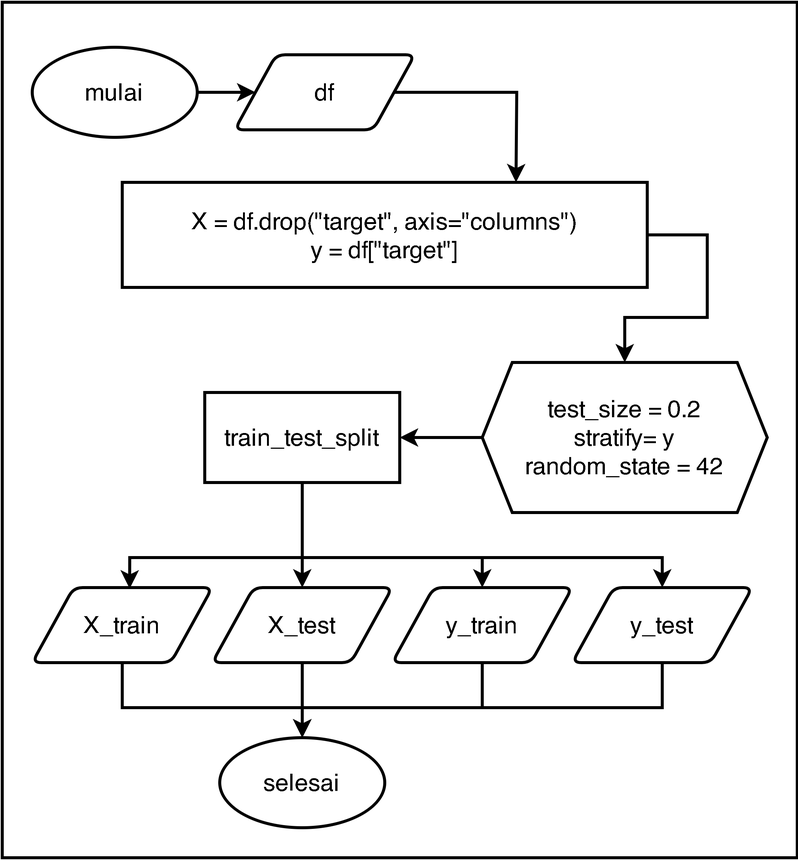
Before: Images/flowchart_datasets_splitting.png, a diagram exported from draw.io (rshby/skripsi). Source tidied: cells renumbered, new cells last; positions are measured from the earlier drawing's top-left corner, leaving out a move shared by most shapes.
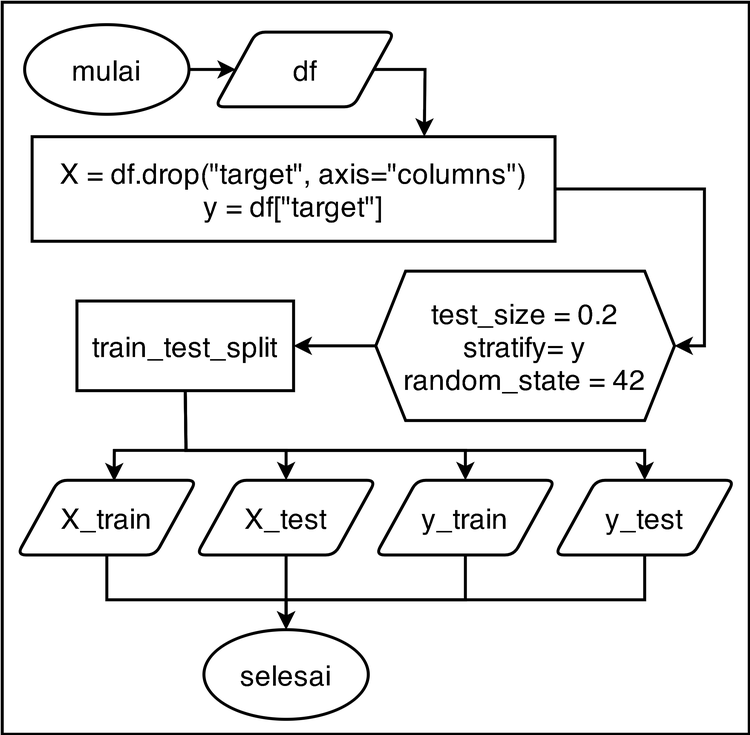
After the change.

The edit, as a diff of the source:
```diff
@@ -2,117 +2,123 @@
   <root>
     <mxCell id="0" />
     <mxCell id="1" parent="0" />
-    <mxCell id="2" style="group;" parent="1" vertex="1">
-      <mxGeometry width="530" height="570" as="geometry" />
-    </mxCell>
-    <mxCell id="3" style="rounded=0;whiteSpace=wrap;html=1;strokeWidth=2;" parent="2" vertex="1">
-      <mxGeometry width="530" height="570" as="geometry" />
-    </mxCell>
+    <mxCell id="26" style="group;" parent="1" vertex="1">
+      <mxGeometry x="10" y="70" width="500" height="490" as="geometry" />
+    </mxCell>
+    <mxCell id="27" style="rounded=0;whiteSpace=wrap;html=1;fontSize=19;strokeWidth=2;" parent="26" vertex="1">
+      <mxGeometry width="500" height="490" as="geometry" />
+    </mxCell>
-    <mxCell id="4" value="&lt;font style=&quot;font-size: 16px&quot;&gt;mulai&lt;/font&gt;" style="ellipse;whiteSpace=wrap;html=1;strokeWidth=2;" parent="2" vertex="1">
-      <mxGeometry x="20" y="30" width="110" height="60" as="geometry" />
+    <mxCell id="4" value="&lt;font style=&quot;font-size: 19px&quot;&gt;mulai&lt;/font&gt;" style="ellipse;whiteSpace=wrap;html=1;strokeWidth=2;" parent="26" vertex="1">
+      <mxGeometry x="15" y="15" width="110" height="60" as="geometry" />
     </mxCell>
-    <mxCell id="5" value="&lt;font style=&quot;font-size: 16px&quot;&gt;df&lt;/font&gt;" style="shape=parallelogram;html=1;strokeWidth=2;perimeter=parallelogramPerimeter;whiteSpace=wrap;rounded=1;arcSize=12;size=0.23;" parent="2" vertex="1">
-      <mxGeometry x="155" y="35" width="120" height="50" as="geometry" />
+    <mxCell id="5" value="&lt;font style=&quot;font-size: 19px&quot;&gt;df&lt;/font&gt;" style="shape=parallelogram;html=1;strokeWidth=2;perimeter=parallelogramPerimeter;whiteSpace=wrap;rounded=1;arcSize=12;size=0.23;" parent="26" vertex="1">
+      <mxGeometry x="142.5" y="20" width="120" height="50" as="geometry" />
     </mxCell>
-    <mxCell id="6" value="&lt;font style=&quot;font-size: 16px&quot;&gt;X_train&lt;/font&gt;" style="shape=parallelogram;html=1;strokeWidth=2;perimeter=parallelogramPerimeter;whiteSpace=wrap;rounded=1;arcSize=12;size=0.23;" parent="2" vertex="1">
-      <mxGeometry x="20" y="390" width="120" height="50" as="geometry" />
+    <mxCell id="6" value="&lt;font style=&quot;font-size: 19px&quot;&gt;X_train&lt;/font&gt;" style="shape=parallelogram;html=1;strokeWidth=2;perimeter=parallelogramPerimeter;whiteSpace=wrap;rounded=1;arcSize=12;size=0.23;" parent="26" vertex="1">
+      <mxGeometry x="10" y="320" width="120" height="50" as="geometry" />
     </mxCell>
-    <mxCell id="7" value="&lt;font style=&quot;font-size: 16px&quot;&gt;X_test&lt;/font&gt;" style="shape=parallelogram;html=1;strokeWidth=2;perimeter=parallelogramPerimeter;whiteSpace=wrap;rounded=1;arcSize=12;size=0.23;" parent="2" vertex="1">
-      <mxGeometry x="140" y="390" width="120" height="50" as="geometry" />
+    <mxCell id="7" value="&lt;font style=&quot;font-size: 19px&quot;&gt;X_test&lt;/font&gt;" style="shape=parallelogram;html=1;strokeWidth=2;perimeter=parallelogramPerimeter;whiteSpace=wrap;rounded=1;arcSize=12;size=0.23;" parent="26" vertex="1">
+      <mxGeometry x="130" y="320" width="120" height="50" as="geometry" />
     </mxCell>
-    <mxCell id="8" value="&lt;span style=&quot;font-size: 16px&quot;&gt;y_train&lt;/span&gt;" style="shape=parallelogram;html=1;strokeWidth=2;perimeter=parallelogramPerimeter;whiteSpace=wrap;rounded=1;arcSize=12;size=0.23;" parent="2" vertex="1">
-      <mxGeometry x="260" y="390" width="120" height="50" as="geometry" />
+    <mxCell id="8" value="&lt;font style=&quot;font-size: 19px&quot;&gt;y_train&lt;/font&gt;" style="shape=parallelogram;html=1;strokeWidth=2;perimeter=parallelogramPerimeter;whiteSpace=wrap;rounded=1;arcSize=12;size=0.23;" parent="26" vertex="1">
+      <mxGeometry x="250" y="320" width="120" height="50" as="geometry" />
     </mxCell>
-    <mxCell id="9" value="&lt;font style=&quot;font-size: 16px&quot;&gt;y_test&lt;/font&gt;" style="shape=parallelogram;html=1;strokeWidth=2;perimeter=parallelogramPerimeter;whiteSpace=wrap;rounded=1;arcSize=12;size=0.23;" parent="2" vertex="1">
-      <mxGeometry x="380" y="390" width="120" height="50" as="geometry" />
+    <mxCell id="9" value="&lt;font style=&quot;font-size: 19px&quot;&gt;y_test&lt;/font&gt;" style="shape=parallelogram;html=1;strokeWidth=2;perimeter=parallelogramPerimeter;whiteSpace=wrap;rounded=1;arcSize=12;size=0.23;" parent="26" vertex="1">
+      <mxGeometry x="370" y="320" width="120" height="50" as="geometry" />
     </mxCell>
-    <mxCell id="10" value="&lt;font style=&quot;font-size: 16px&quot;&gt;selesai&lt;/font&gt;" style="ellipse;whiteSpace=wrap;html=1;strokeWidth=2;" parent="2" vertex="1">
-      <mxGeometry x="145" y="490" width="110" height="60" as="geometry" />
+    <mxCell id="10" value="&lt;font style=&quot;font-size: 19px&quot;&gt;selesai&lt;/font&gt;" style="ellipse;whiteSpace=wrap;html=1;strokeWidth=2;" parent="26" vertex="1">
+      <mxGeometry x="135" y="420" width="110" height="60" as="geometry" />
     </mxCell>
-    <mxCell id="11" value="&lt;font style=&quot;font-size: 16px&quot;&gt;test_size = 0.2&lt;br&gt;stratify= y&lt;br&gt;random_state = 42&lt;br&gt;&lt;/font&gt;" style="shape=hexagon;perimeter=hexagonPerimeter2;whiteSpace=wrap;html=1;fixedSize=1;strokeWidth=2;" parent="2" vertex="1">
-      <mxGeometry x="320" y="240" width="190" height="100" as="geometry" />
+    <mxCell id="11" value="&lt;font style=&quot;font-size: 19px&quot;&gt;test_size = 0.2&lt;br&gt;stratify= y&lt;br&gt;random_state = 42&lt;br&gt;&lt;/font&gt;" style="shape=hexagon;perimeter=hexagonPerimeter2;whiteSpace=wrap;html=1;fixedSize=1;strokeWidth=2;" parent="26" vertex="1">
+      <mxGeometry x="250" y="180" width="200" height="100" as="geometry" />
     </mxCell>
-    <mxCell id="12" style="endArrow=classic;html=1;strokeWidth=2;exitX=1;exitY=0.5;exitDx=0;exitDy=0;entryX=0.75;entryY=0;entryDx=0;entryDy=0;rounded=0;" parent="2" edge="1" source="5" target="25">
-      <mxGeometry y="-5" as="geometry">
+    <mxCell id="12" style="endArrow=classic;html=1;strokeWidth=2;exitX=1;exitY=0.5;exitDx=0;exitDy=0;entryX=0.75;entryY=0;entryDx=0;entryDy=0;rounded=0;" parent="26" edge="1" source="5" target="25">
+      <mxGeometry x="-10" y="-75" as="geometry">
         <Array as="points">
-          <mxPoint x="343" y="60" />
+          <mxPoint x="283" y="45" />
         </Array>
       </mxGeometry>
     </mxCell>
-    <mxCell id="13" style="endArrow=classic;html=1;strokeWidth=2;exitX=1;exitY=0.5;exitDx=0;exitDy=0;entryX=0;entryY=0.5;entryDx=0;entryDy=0;" parent="2" edge="1" source="4" target="5">
-      <mxGeometry y="-5" as="geometry" />
+    <mxCell id="13" style="endArrow=classic;html=1;strokeWidth=2;exitX=1;exitY=0.5;exitDx=0;exitDy=0;entryX=0;entryY=0.5;entryDx=0;entryDy=0;" parent="26" edge="1" source="4" target="5">
+      <mxGeometry x="-10" y="-75" as="geometry" />
     </mxCell>
-    <mxCell id="14" value="&lt;font style=&quot;font-size: 16px&quot;&gt;train_test_split&lt;/font&gt;" style="rounded=0;whiteSpace=wrap;html=1;strokeWidth=2;" parent="2" vertex="1">
-      <mxGeometry x="135" y="260" width="130" height="60" as="geometry" />
+    <mxCell id="14" value="&lt;font style=&quot;font-size: 19px&quot;&gt;train_test_split&lt;/font&gt;" style="rounded=0;whiteSpace=wrap;html=1;strokeWidth=2;" parent="26" vertex="1">
+      <mxGeometry x="50" y="200" width="145" height="60" as="geometry" />
     </mxCell>
-    <mxCell id="15" style="endArrow=classic;html=1;strokeWidth=2;exitX=1;exitY=0.5;exitDx=0;exitDy=0;entryX=0.5;entryY=0;entryDx=0;entryDy=0;rounded=0;" parent="2" edge="1" source="25" target="11">
-      <mxGeometry y="90" as="geometry">
+    <mxCell id="15" style="endArrow=classic;html=1;strokeWidth=2;exitX=1;exitY=0.5;exitDx=0;exitDy=0;entryX=1;entryY=0.5;entryDx=0;entryDy=0;rounded=0;" parent="26" edge="1" source="25" target="11">
+      <mxGeometry x="-90" y="-120" as="geometry">
         <Array as="points">
-          <mxPoint x="470" y="155" />
-          <mxPoint x="470" y="210" />
-          <mxPoint x="415" y="210" />
+          <mxPoint x="470" y="125" />
+          <mxPoint x="470" y="230" />
         </Array>
       </mxGeometry>
     </mxCell>
-    <mxCell id="16" style="endArrow=classic;html=1;strokeWidth=2;exitX=0;exitY=0.5;exitDx=0;exitDy=0;entryX=1;entryY=0.5;entryDx=0;entryDy=0;" parent="2" edge="1" source="11" target="14">
-      <mxGeometry y="90" as="geometry" />
+    <mxCell id="16" style="endArrow=classic;html=1;strokeWidth=2;exitX=0;exitY=0.5;exitDx=0;exitDy=0;entryX=1;entryY=0.5;entryDx=0;entryDy=0;" parent="26" edge="1" source="11" target="14">
+      <mxGeometry x="-10" y="20" as="geometry" />
     </mxCell>
-    <mxCell id="17" style="endArrow=classic;html=1;strokeWidth=2;exitX=0.5;exitY=1;exitDx=0;exitDy=0;entryX=0.541;entryY=0.014;entryDx=0;entryDy=0;entryPerimeter=0;rounded=0;" parent="2" edge="1" source="14" target="6">
-      <mxGeometry y="90" as="geometry">
+    <mxCell id="17" style="endArrow=classic;html=1;strokeWidth=2;exitX=0.5;exitY=1;exitDx=0;exitDy=0;entryX=0.541;entryY=0.014;entryDx=0;entryDy=0;entryPerimeter=0;rounded=0;" parent="26" edge="1" source="14" target="6">
+      <mxGeometry x="-10" y="20" as="geometry">
         <Array as="points">
-          <mxPoint x="200" y="370" />
-          <mxPoint x="85" y="370" />
+          <mxPoint x="123" y="300" />
+          <mxPoint x="75" y="300" />
         </Array>
       </mxGeometry>
     </mxCell>
-    <mxCell id="18" style="endArrow=classic;html=1;strokeWidth=2;exitX=0.5;exitY=1;exitDx=0;exitDy=0;entryX=0.5;entryY=0;entryDx=0;entryDy=0;" parent="2" edge="1" source="14" target="7">
-      <mxGeometry y="90" as="geometry" />
+    <mxCell id="18" style="endArrow=classic;html=1;strokeWidth=2;exitX=0.5;exitY=1;exitDx=0;exitDy=0;entryX=0.5;entryY=0;entryDx=0;entryDy=0;rounded=0;" parent="26" edge="1" source="14" target="7">
+      <mxGeometry x="-10" y="20" as="geometry">
+        <Array as="points">
+          <mxPoint x="123" y="300" />
+          <mxPoint x="190" y="300" />
+        </Array>
+      </mxGeometry>
     </mxCell>
-    <mxCell id="19" style="endArrow=classic;html=1;strokeWidth=2;exitX=0.5;exitY=1;exitDx=0;exitDy=0;entryX=0.5;entryY=0;entryDx=0;entryDy=0;rounded=0;" parent="2" edge="1" source="14" target="8">
-      <mxGeometry y="90" as="geometry">
+    <mxCell id="19" style="endArrow=classic;html=1;strokeWidth=2;exitX=0.5;exitY=1;exitDx=0;exitDy=0;entryX=0.5;entryY=0;entryDx=0;entryDy=0;rounded=0;" parent="26" edge="1" source="14" target="8">
+      <mxGeometry x="-10" y="20" as="geometry">
         <Array as="points">
-          <mxPoint x="200" y="370" />
-          <mxPoint x="320" y="370" />
+          <mxPoint x="123" y="300" />
+          <mxPoint x="190" y="300" />
+          <mxPoint x="310" y="300" />
         </Array>
       </mxGeometry>
     </mxCell>
-    <mxCell id="20" style="endArrow=classic;html=1;strokeWidth=2;exitX=0.5;exitY=1;exitDx=0;exitDy=0;entryX=0.5;entryY=0;entryDx=0;entryDy=0;rounded=0;" parent="2" edge="1" source="14" target="9">
-      <mxGeometry y="90" as="geometry">
+    <mxCell id="20" style="endArrow=classic;html=1;strokeWidth=2;exitX=0.5;exitY=1;exitDx=0;exitDy=0;entryX=0.5;entryY=0;entryDx=0;entryDy=0;rounded=0;" parent="26" edge="1" source="14" target="9">
+      <mxGeometry x="-10" y="20" as="geometry">
         <Array as="points">
-          <mxPoint x="200" y="370" />
-          <mxPoint x="440" y="370" />
+          <mxPoint x="123" y="300" />
+          <mxPoint x="190" y="300" />
+          <mxPoint x="430" y="300" />
         </Array>
       </mxGeometry>
     </mxCell>
-    <mxCell id="21" style="endArrow=classic;html=1;strokeWidth=2;exitX=0.5;exitY=1;exitDx=0;exitDy=0;entryX=0.5;entryY=0;entryDx=0;entryDy=0;" parent="2" edge="1" source="7" target="10">
-      <mxGeometry y="90" as="geometry" />
+    <mxCell id="21" style="endArrow=classic;html=1;strokeWidth=2;exitX=0.5;exitY=1;exitDx=0;exitDy=0;entryX=0.5;entryY=0;entryDx=0;entryDy=0;" parent="26" edge="1" source="7" target="10">
+      <mxGeometry x="-10" y="20" as="geometry" />
     </mxCell>
-    <mxCell id="22" style="endArrow=classic;html=1;strokeWidth=2;exitX=0.5;exitY=1;exitDx=0;exitDy=0;entryX=0.5;entryY=0;entryDx=0;entryDy=0;rounded=0;" parent="2" edge="1" source="8" target="10">
-      <mxGeometry y="90" as="geometry">
+    <mxCell id="22" style="endArrow=classic;html=1;strokeWidth=2;exitX=0.5;exitY=1;exitDx=0;exitDy=0;entryX=0.5;entryY=0;entryDx=0;entryDy=0;rounded=0;" parent="26" edge="1" source="8" target="10">
+      <mxGeometry x="-10" y="20" as="geometry">
         <Array as="points">
-          <mxPoint x="320" y="470" />
-          <mxPoint x="200" y="470" />
+          <mxPoint x="310" y="400" />
+          <mxPoint x="190" y="400" />
         </Array>
       </mxGeometry>
     </mxCell>
-    <mxCell id="23" style="endArrow=classic;html=1;strokeWidth=2;exitX=0.5;exitY=1;exitDx=0;exitDy=0;entryX=0.5;entryY=0;entryDx=0;entryDy=0;rounded=0;" parent="2" edge="1" source="6" target="10">
-      <mxGeometry y="90" as="geometry">
+    <mxCell id="23" style="endArrow=classic;html=1;strokeWidth=2;exitX=0.5;exitY=1;exitDx=0;exitDy=0;entryX=0.5;entryY=0;entryDx=0;entryDy=0;rounded=0;" parent="26" edge="1" source="6" target="10">
+      <mxGeometry x="-10" y="20" as="geometry">
         <Array as="points">
-          <mxPoint x="80" y="470" />
-          <mxPoint x="200" y="470" />
+          <mxPoint x="70" y="400" />
+          <mxPoint x="190" y="400" />
         </Array>
       </mxGeometry>
     </mxCell>
-    <mxCell id="24" style="endArrow=classic;html=1;strokeWidth=2;exitX=0.5;exitY=1;exitDx=0;exitDy=0;entryX=0.5;entryY=0;entryDx=0;entryDy=0;rounded=0;" parent="2" edge="1" source="9" target="10">
-      <mxGeometry y="90" as="geometry">
+    <mxCell id="24" style="endArrow=classic;html=1;strokeWidth=2;exitX=0.5;exitY=1;exitDx=0;exitDy=0;entryX=0.5;entryY=0;entryDx=0;entryDy=0;rounded=0;" parent="26" edge="1" source="9" target="10">
+      <mxGeometry x="-10" y="20" as="geometry">
         <Array as="points">
-          <mxPoint x="440" y="470" />
-          <mxPoint x="200" y="470" />
+          <mxPoint x="430" y="400" />
+          <mxPoint x="190" y="400" />
         </Array>
       </mxGeometry>
     </mxCell>
-    <mxCell id="25" value="&lt;font style=&quot;font-size: 16px&quot;&gt;X = df.drop(&quot;target&quot;, axis=&quot;columns&quot;)&lt;br&gt;y = df[&quot;target&quot;]&lt;/font&gt;" style="rounded=0;whiteSpace=wrap;html=1;strokeWidth=2;" parent="2" vertex="1">
-      <mxGeometry x="80" y="120" width="350" height="70" as="geometry" />
+    <mxCell id="25" value="&lt;font style=&quot;font-size: 19px&quot;&gt;X = df.drop(&quot;target&quot;, axis=&quot;columns&quot;)&lt;br&gt;y = df[&quot;target&quot;]&lt;/font&gt;" style="rounded=0;whiteSpace=wrap;html=1;strokeWidth=2;" parent="26" vertex="1">
+      <mxGeometry x="20" y="90" width="350" height="70" as="geometry" />
     </mxCell>
   </root>
 </mxGraphModel>
```
